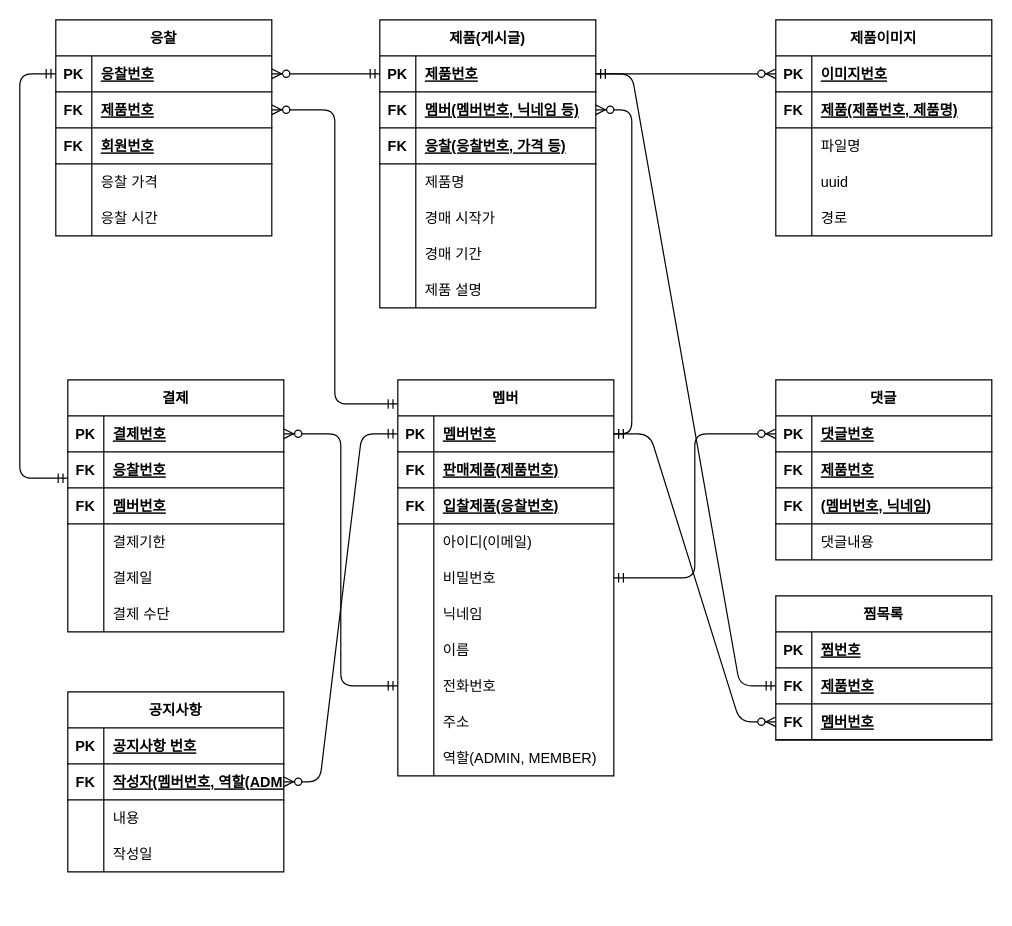
Earlier version of the draw.io diagram page "Page-1" (1 of 2) of ERD_재인.drawio (Unbbox/auctionarena). Source tidied: cells renumbered, new cells numbered last; positions are measured from the earlier drawing's top-left corner, leaving out a move shared by most shapes. Both pictures are drawn from the tidied source at 120%, with x=0, y=0 at pixel (19, 19).
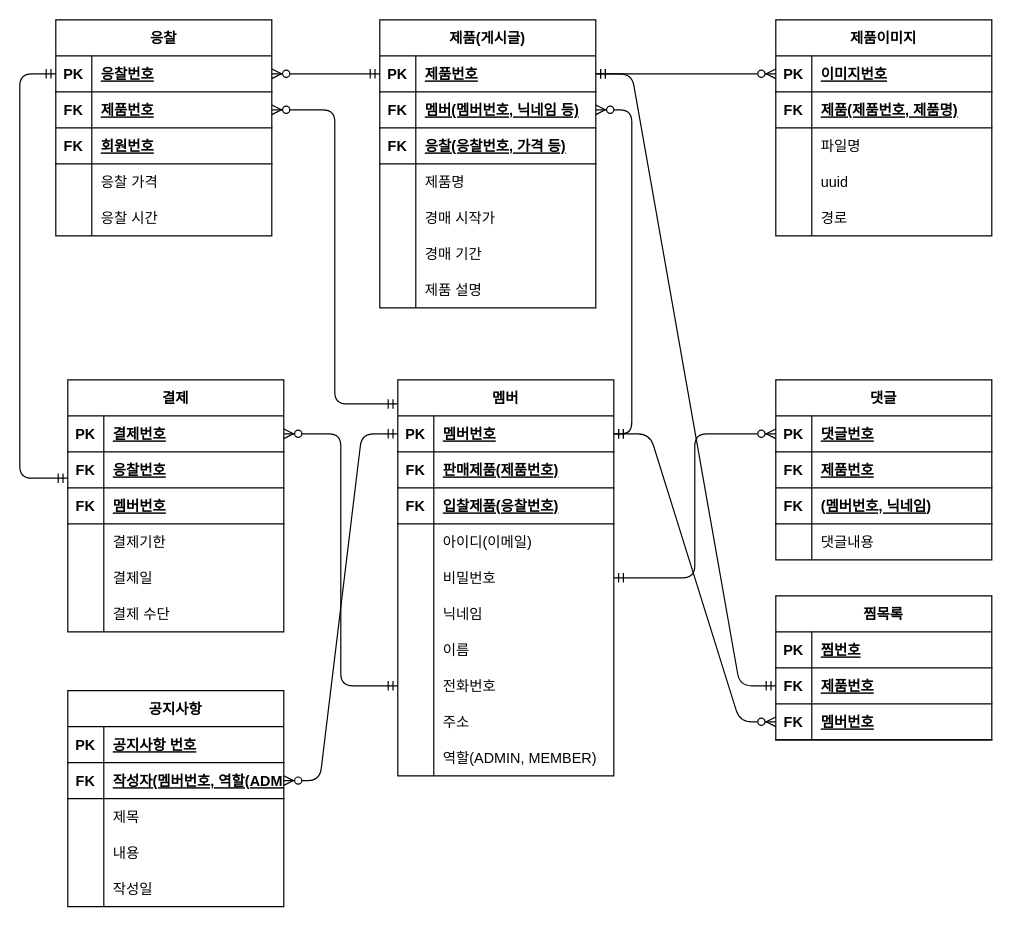
The same diagram, later.

Unchanged cells that the change refers to:
```xml
<mxCell id="133" style="shape=tableRow;horizontal=0;startSize=0;swimlaneHead=0;swimlaneBody=0;fillColor=none;top=0;left=0;right=0;bottom=0;" parent="126" vertex="1">
  <mxGeometry y="90" width="180" height="30" as="geometry" />
</mxCell>
```

Diff of the diagram source:
```diff
@@
     <mxCell id="126" value="공지사항" style="shape=table;startSize=30;childLayout=tableLayout;rowLines=0;fontStyle=1;align=center;" parent="1" vertex="1">
-      <mxGeometry x="40" y="560" width="180" height="150" as="geometry" />
+      <mxGeometry x="40" y="559" width="180" height="180" as="geometry" />
     </mxCell>
@@
-    <mxCell id="135" value="내용" style="shape=partialRectangle;fillColor=none;top=0;left=0;bottom=0;right=0;align=left;spacingLeft=6;overflow=hidden;" parent="133" vertex="1">
+    <mxCell id="135" value="제목" style="shape=partialRectangle;fillColor=none;top=0;left=0;bottom=0;right=0;align=left;spacingLeft=6;overflow=hidden;" parent="133" vertex="1">
       <mxGeometry x="30" width="150" height="30" as="geometry" />
     </mxCell>
+    <mxCell id="152" style="shape=tableRow;horizontal=0;startSize=0;swimlaneHead=0;swimlaneBody=0;fillColor=none;top=0;left=0;right=0;bottom=0;" parent="126" vertex="1">
+      <mxGeometry y="120" width="180" height="30" as="geometry" />
+    </mxCell>
+    <mxCell id="153" style="shape=partialRectangle;fillColor=none;top=0;left=0;bottom=0;right=0;overflow=hidden;" parent="152" vertex="1">
+      <mxGeometry width="30" height="30" as="geometry" />
+    </mxCell>
+    <mxCell id="154" value="내용" style="shape=partialRectangle;fillColor=none;top=0;left=0;bottom=0;right=0;align=left;spacingLeft=6;overflow=hidden;" parent="152" vertex="1">
+      <mxGeometry x="30" width="150" height="30" as="geometry" />
+    </mxCell>
     <mxCell id="136" style="shape=tableRow;horizontal=0;startSize=0;swimlaneHead=0;swimlaneBody=0;fillColor=none;top=0;left=0;right=0;bottom=0;" parent="126" vertex="1">
-      <mxGeometry y="120" width="180" height="30" as="geometry" />
+      <mxGeometry y="150" width="180" height="30" as="geometry" />
     </mxCell>
```
